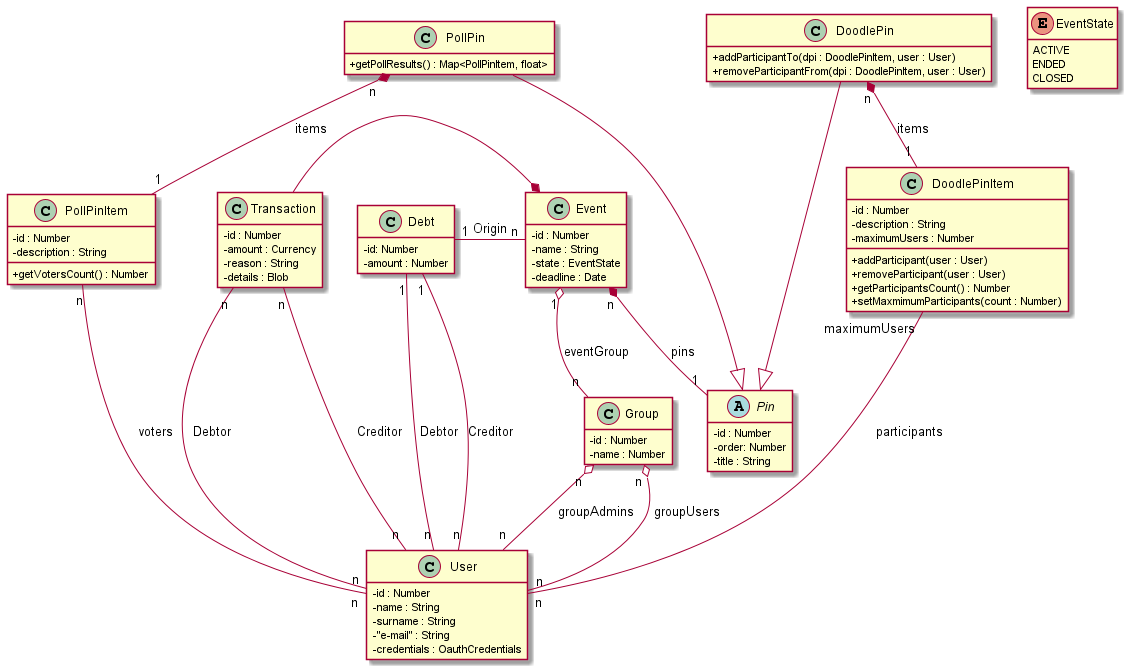
Earlier version of the PlantUML export out/class_diagram/Class Diagram.png (FrancescoCiraolo/progetto-taass). Its diagram source:
```plantuml
@startuml Class Diagram

hide empty members
skinparam classAttributeIconSize 0

class User {
    -id : Number
    -name : String
    -surname : String
    -"e-mail" : String
    -credentials : OauthCredentials
}

class Group {
    -id : Number
    -name : Number
}

Group "n " o-- "n " User : " groupAdmins"
Group "n " o-- "n " User : " groupUsers"

class Event {
    -id : Number
    -name : String
    -state : EventState
    -deadline : Date
}

Event " 1" o-- " n" Group : "eventGroup"

Event "n" *-- "1" Pin : "pins"

abstract Pin {
    -id : Number
    -order: Number
    -title : String
}

class PollPin {
    + getPollResults() : Map<PollPinItem, float>
}

PollPin -|> Pin
PollPin "n" *-- "1" PollPinItem : items

class PollPinItem {
    - id : Number
    - description : String
    + getVotersCount() : Number
}

PollPinItem "n" --- "n" User : voters

class DoodlePin {
    +addParticipantTo(dpi : DoodlePinItem, user : User)
    +removeParticipantFrom(dpi : DoodlePinItem, user : User)
}

DoodlePin -|> Pin
DoodlePin "n" *-- "1" DoodlePinItem : items

class DoodlePinItem {
    - id : Number
    - description : String
    - maximumUsers : Number
    +addParticipant(user : User)
    +removeParticipant(user : User)
    + getParticipantsCount() : Number
    + setMaxmimumParticipants(count : Number)
}

DoodlePinItem "maximumUsers" --- "n" User : participants

class Transaction {
    - id : Number
    - amount : Currency
    - reason : String
    - details : Blob
}

Transaction -right-* Event
Transaction "n" --- "n" User : Debtor
Transaction "n" --- "n" User : Creditor

class Debt {
    - id: Number
    - amount : Number
}

Debt "1" --right- "n" Event : Origin
Debt "1" --- "n" User : Debtor
Debt "1" --- "n" User : Creditor

enum EventState {
    ACTIVE
    ENDED
    CLOSED
}

@enduml
```
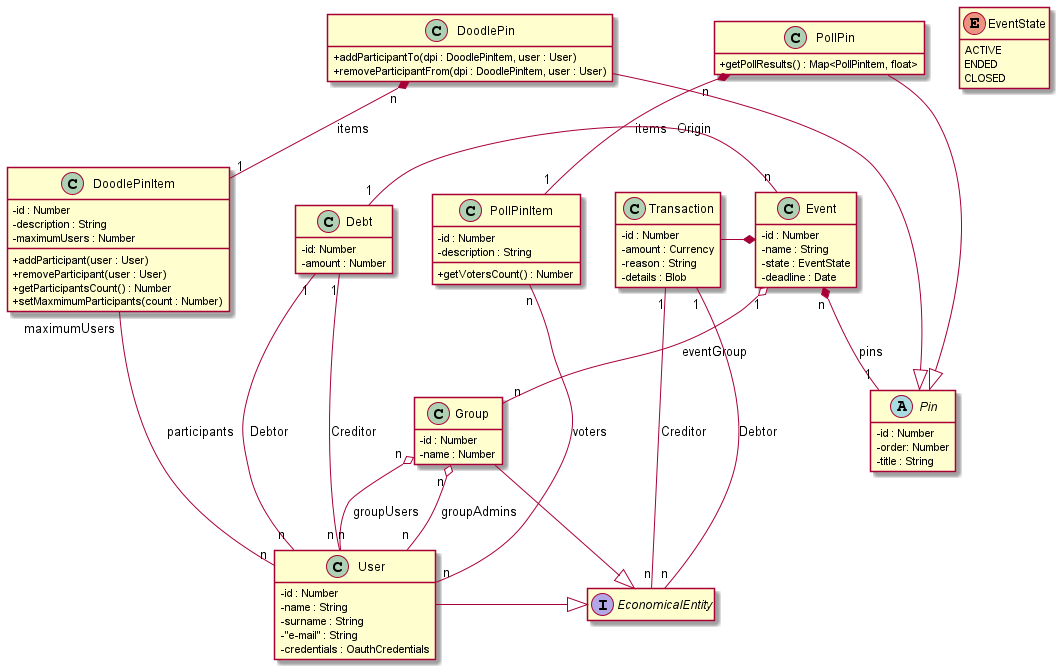
Above is the later version.

Change to the diagram source:
```diff
@@ -2,6 +2,8 @@
 
 hide empty members
 skinparam classAttributeIconSize 0
+
+interface EconomicalEntity {}
 
 class User {
     -id : Number
@@ -11,10 +13,14 @@
     -credentials : OauthCredentials
 }
 
+User -|> EconomicalEntity
+
 class Group {
     -id : Number
     -name : Number
 }
+
+Group -|> EconomicalEntity
 
 Group "n " o-- "n " User : " groupAdmins"
 Group "n " o-- "n " User : " groupUsers"
@@ -79,8 +85,8 @@
 }
 
 Transaction -right-* Event
-Transaction "n" --- "n" User : Debtor
-Transaction "n" --- "n" User : Creditor
+Transaction "1" --- "n" EconomicalEntity : Debtor
+Transaction "1" --- "n" EconomicalEntity : Creditor
 
 class Debt {
     - id: Number
```
